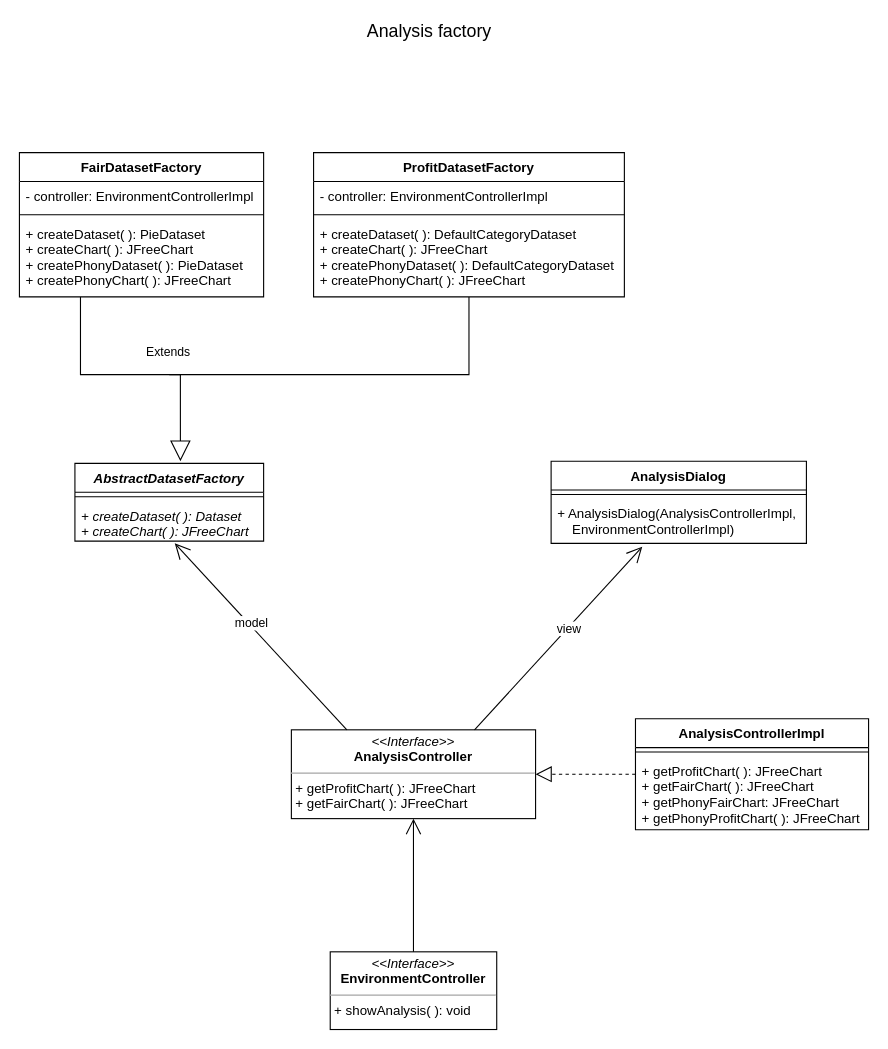
Before: page "Page-6" (6 of 8) of Untitled Diagram.drawio in metaphori/students-oop20-liveLand, a draw.io diagram. Source tidied: cells renumbered, new cells numbered last; positions are measured from the earlier drawing's top-left corner, leaving out a move shared by most shapes. Both pictures are drawn from the tidied source at 111%, with x=0, y=0 at pixel (19, 19).
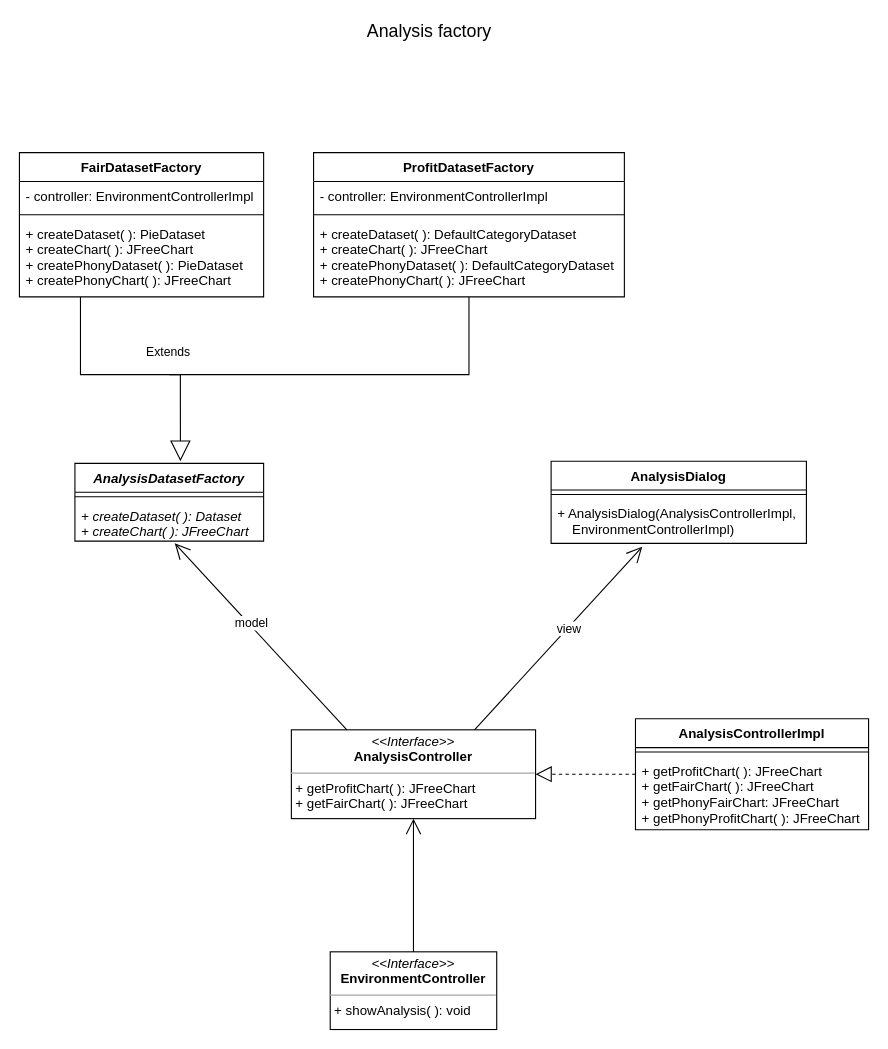
The same page after the edit.

Diff of the diagram source:
```diff
@@
-    <mxCell id="7" value="AbstractDatasetFactory" style="swimlane;fontStyle=3;align=center;verticalAlign=top;horizontal=1;startSize=26;" parent="1" vertex="1">
+    <mxCell id="7" value="AnalysisDatasetFactory" style="swimlane;fontStyle=3;align=center;verticalAlign=top;horizontal=1;startSize=26;" parent="1" vertex="1">
       <mxGeometry x="50" y="400" width="170" height="70" as="geometry" />
     </mxCell>
```
